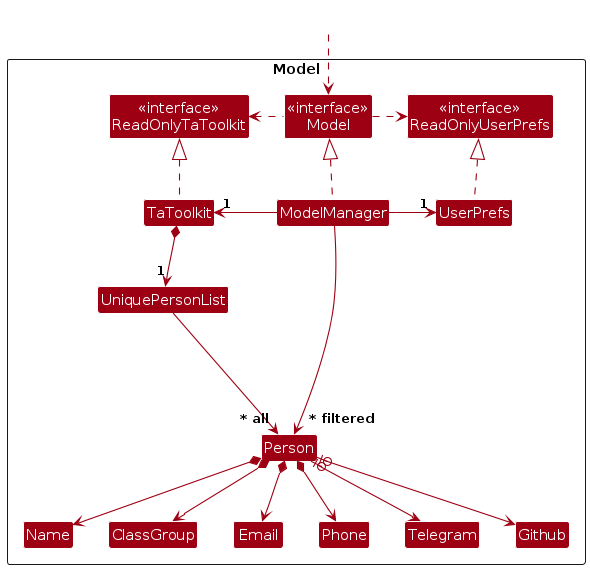
The PlantUML diagram diagrams/ModelClassDiagram.png in teojunda/tp, before a commit. Its source is kept beside it as diagrams/ModelClassDiagram.puml. Its diagram source:
```plantuml
@startuml
!include style.puml
skinparam arrowThickness 1.1
skinparam arrowColor MODEL_COLOR
skinparam classBackgroundColor MODEL_COLOR

Package Model as ModelPackage <<Rectangle>>{
Class "<<interface>>\nReadOnlyTaToolkit" as ReadOnlyTaToolkit
Class "<<interface>>\nReadOnlyUserPrefs" as ReadOnlyUserPrefs
Class "<<interface>>\nModel" as Model
Class TaToolkit
Class ModelManager
Class UserPrefs

Class UniquePersonList
Class Person
Class Name
Class ClassGroup
Class Email
Class Phone
Class Telegram
Class Github

Class I #FFFFFF
}

Class HiddenOutside #FFFFFF
HiddenOutside ..> Model

TaToolkit .up.|> ReadOnlyTaToolkit

ModelManager .up.|> Model
Model .right.> ReadOnlyUserPrefs
Model .left.> ReadOnlyTaToolkit
ModelManager -left-> "1" TaToolkit
ModelManager -right-> "1" UserPrefs
UserPrefs .up.|> ReadOnlyUserPrefs

TaToolkit *--> "1" UniquePersonList
UniquePersonList --> "~* all" Person
Person *--> Name
Person *--> ClassGroup
Person *--> Email
Person *--> Phone
Person |o--> Telegram
Person |o--> Github

Person -[hidden]up--> I
UniquePersonList -[hidden]right-> I

Name -[hidden]right-> ClassGroup
ClassGroup -[hidden]right-> Email
Email -[hidden]right-> Phone
Phone -[hidden]right-> Telegram
Telegram -[hidden]right-> Github

ModelManager --> "~* filtered" Person
@enduml
```
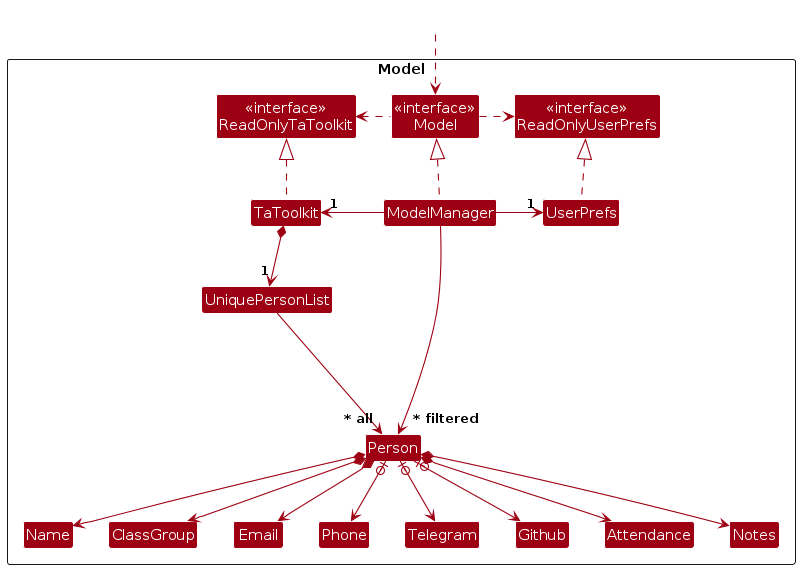
Later version of the same file.

The edit, as a diff of the source:
```diff
@@ -20,6 +20,8 @@
 Class Phone
 Class Telegram
 Class Github
+Class Attendance
+Class Notes
 
 Class I #FFFFFF
 }
@@ -41,9 +43,11 @@
 Person *--> Name
 Person *--> ClassGroup
 Person *--> Email
-Person *--> Phone
+Person |o--> Phone
 Person |o--> Telegram
 Person |o--> Github
+Person *--> Attendance
+Person *--> Notes
 
 Person -[hidden]up--> I
 UniquePersonList -[hidden]right-> I
@@ -53,6 +57,8 @@
 Email -[hidden]right-> Phone
 Phone -[hidden]right-> Telegram
 Telegram -[hidden]right-> Github
+Github -[hidden]right-> Attendance
+Attendance -[hidden]right-> Notes
 
 ModelManager --> "~* filtered" Person
 @enduml
```
